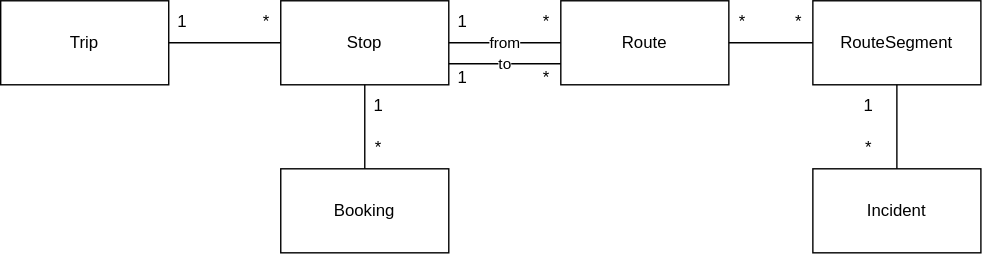
Above: Docs/resources/core-domain.svg in kehrbros/nofrustrationvacation (draw.io), before the change. Source tidied: cells renumbered, new cells last; positions are measured from the earlier drawing's top-left corner, leaving out a move shared by most shapes.
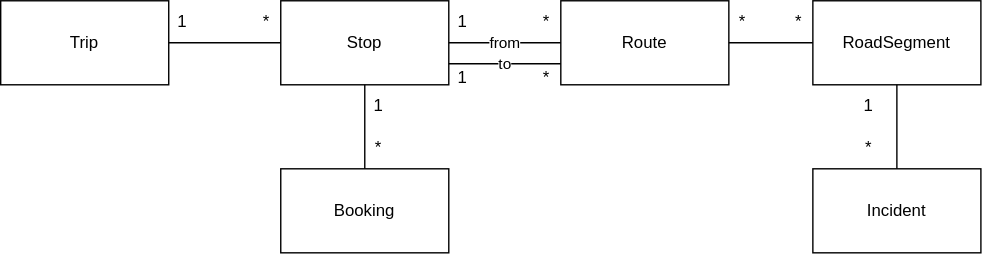
After the commit.

What changed in the source:
```diff
@@ -56,7 +56,7 @@
     <mxCell id="19" value="*" style="text;html=1;whiteSpace=wrap;strokeColor=none;fillColor=none;align=center;verticalAlign=middle;rounded=0;" parent="1" vertex="1">
       <mxGeometry x="610" y="90" width="20" height="30" as="geometry" />
     </mxCell>
-    <mxCell id="20" value="RouteSegment" style="rounded=0;whiteSpace=wrap;html=1;" parent="1" vertex="1">
+    <mxCell id="20" value="RoadSegment" style="rounded=0;whiteSpace=wrap;html=1;" parent="1" vertex="1">
       <mxGeometry x="580" width="120" height="60" as="geometry" />
     </mxCell>
     <mxCell id="21" style="endArrow=none;html=1;rounded=0;defaultLabelBackgroundColor=page;" parent="1" edge="1" source="4" target="20">
```
